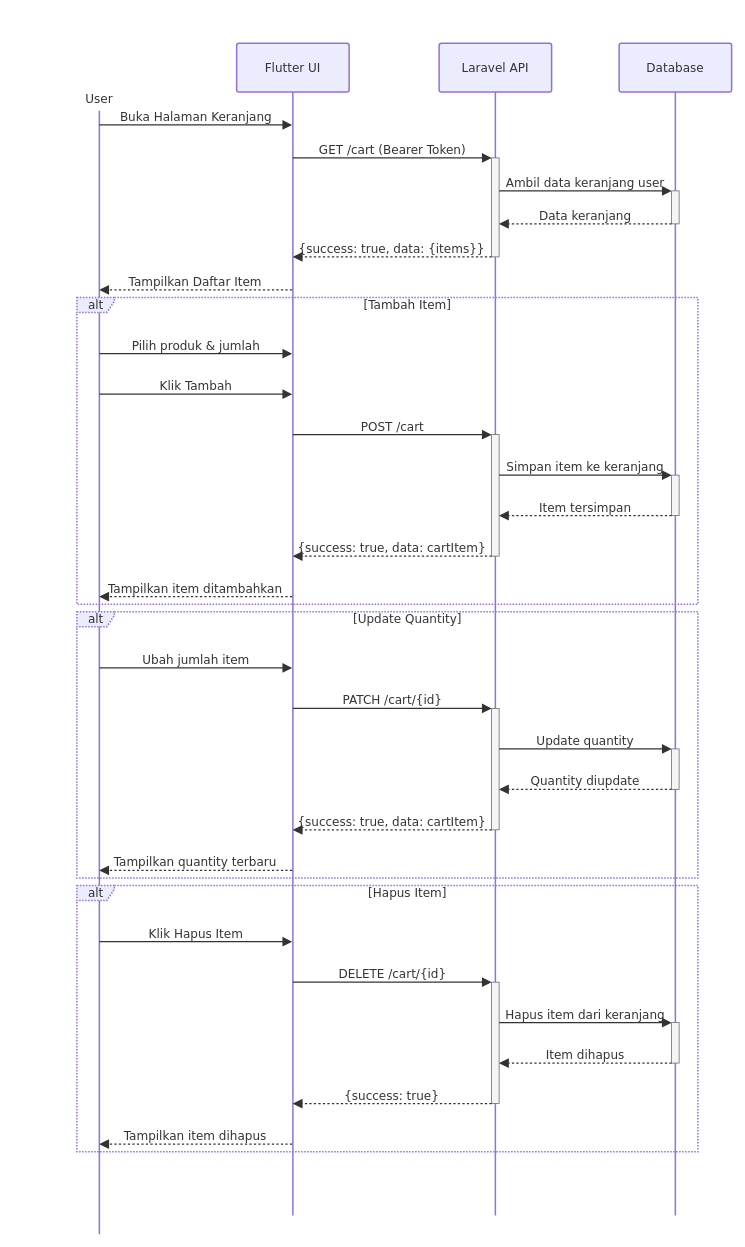
The draw.io diagram page "kelola keranjang" (1 of 18) of assets/uml/sequence warmindo.drawio in RIOKOWI/warmindo_purnama_flutter, before the edit. Source tidied: cells renumbered, new cells numbered last; positions are measured from the earlier drawing's top-left corner, leaving out a move shared by most shapes. Both pictures are drawn from the tidied source at 75%, with x=0, y=0 at pixel (13, 13).
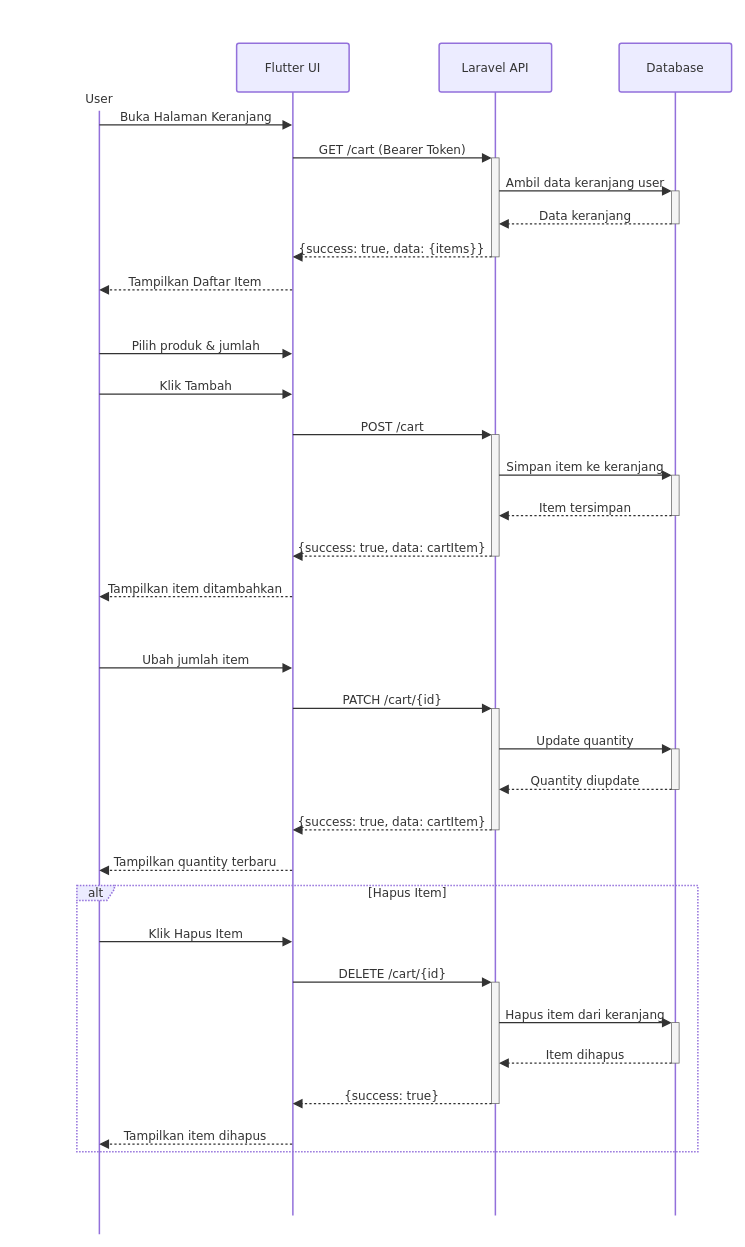
The same diagram, later.

The change refers to these unchanged cells:
```xml
<mxCell id="2" style="group;transparentBounds=1;editIcon=1;lockedGroup=0;groupPadding=20;" parent="1" vertex="1">
  <mxGeometry as="geometry" />
</mxCell>
```

Change to the diagram source:
```diff
@@
-    <mxCell id="15" value="alt" style="html=1;shape=umlFrame;dashed=1;fixDash=1;dashPattern=2 2;strokeWidth=2;fillColor=light-dark(#ECECFF,#1f2020);strokeColor=light-dark(#9370DB,#cccccc);fontSize=16;align=center;verticalAlign=middle;fontFamily=Trebuchet MS,Verdana,Arial,sans-serif;fontColor=light-dark(#333333,#cccccc);height=20;width=50;" parent="2" vertex="1">
-      <mxGeometry x="85" y="379" width="828" height="409" as="geometry" />
-    </mxCell>
-    <mxCell id="16" value="[Tambah Item]" style="text;strokeColor=none;fillColor=none;align=center;verticalAlign=middle;whiteSpace=wrap;fontSize=16;fontFamily=Trebuchet MS,Verdana,Arial,sans-serif;fontColor=light-dark(#333333,#cccccc);" parent="15" vertex="1">
-      <mxGeometry x="54" y="2" width="774" height="16" as="geometry" />
-    </mxCell>
-    <mxCell id="17" value="alt" style="html=1;shape=umlFrame;dashed=1;fixDash=1;dashPattern=2 2;strokeWidth=2;fillColor=light-dark(#ECECFF,#1f2020);strokeColor=light-dark(#9370DB,#cccccc);fontSize=16;align=center;verticalAlign=middle;fontFamily=Trebuchet MS,Verdana,Arial,sans-serif;fontColor=light-dark(#333333,#cccccc);height=20;width=50;" parent="2" vertex="1">
-      <mxGeometry x="85" y="798" width="828" height="355" as="geometry" />
-    </mxCell>
-    <mxCell id="18" value="[Update Quantity]" style="text;strokeColor=none;fillColor=none;align=center;verticalAlign=middle;whiteSpace=wrap;fontSize=16;fontFamily=Trebuchet MS,Verdana,Arial,sans-serif;fontColor=light-dark(#333333,#cccccc);" parent="17" vertex="1">
-      <mxGeometry x="54" y="2" width="774" height="16" as="geometry" />
-    </mxCell>
```
